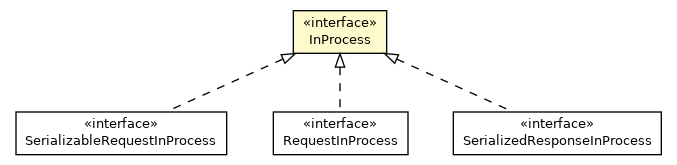
Before: latest/javadoc/apidocs/io/reinert/requestor/core/InProcess.png, a diagram exported from Graphviz (reinert/requestor). Its source is kept beside it as latest/javadoc/apidocs/io/reinert/requestor/core/InProcess.dot. Source of this version:
```dot

digraph G {
	edge [fontname="Helvetica",fontsize=10,labelfontname="Helvetica",labelfontsize=10];
	node [fontname="Helvetica",fontsize=10,shape=plaintext];
	nodesep=0.25;
	ranksep=0.5;
	c23495 [label=<<table title="io.reinert.requestor.core.InProcess" border="0" cellborder="1" cellspacing="0" cellpadding="2" port="p" bgcolor="lemonChiffon" href="./InProcess.html">
		<tr><td><table border="0" cellspacing="0" cellpadding="1">
<tr><td align="center" balign="center"> &#171;interface&#187; </td></tr>
<tr><td align="center" balign="center"> InProcess </td></tr>
		</table></td></tr>
		</table>>, URL="./InProcess.html", fontname="Helvetica", fontcolor="black", fontsize=10.0];
	c23537 [label=<<table title="io.reinert.requestor.core.SerializableRequestInProcess" border="0" cellborder="1" cellspacing="0" cellpadding="2" port="p" href="./SerializableRequestInProcess.html">
		<tr><td><table border="0" cellspacing="0" cellpadding="1">
<tr><td align="center" balign="center"> &#171;interface&#187; </td></tr>
<tr><td align="center" balign="center"> SerializableRequestInProcess </td></tr>
		</table></td></tr>
		</table>>, URL="./SerializableRequestInProcess.html", fontname="Helvetica", fontcolor="black", fontsize=10.0];
	c23553 [label=<<table title="io.reinert.requestor.core.RequestInProcess" border="0" cellborder="1" cellspacing="0" cellpadding="2" port="p" href="./RequestInProcess.html">
		<tr><td><table border="0" cellspacing="0" cellpadding="1">
<tr><td align="center" balign="center"> &#171;interface&#187; </td></tr>
<tr><td align="center" balign="center"> RequestInProcess </td></tr>
		</table></td></tr>
		</table>>, URL="./RequestInProcess.html", fontname="Helvetica", fontcolor="black", fontsize=10.0];
	c23593 [label=<<table title="io.reinert.requestor.core.SerializedResponseInProcess" border="0" cellborder="1" cellspacing="0" cellpadding="2" port="p" href="./SerializedResponseInProcess.html">
		<tr><td><table border="0" cellspacing="0" cellpadding="1">
<tr><td align="center" balign="center"> &#171;interface&#187; </td></tr>
<tr><td align="center" balign="center"> SerializedResponseInProcess </td></tr>
		</table></td></tr>
		</table>>, URL="./SerializedResponseInProcess.html", fontname="Helvetica", fontcolor="black", fontsize=10.0];
	c23495:p -> c23537:p [dir=back,arrowtail=empty,style=dashed];
	c23495:p -> c23553:p [dir=back,arrowtail=empty,style=dashed];
	c23495:p -> c23593:p [dir=back,arrowtail=empty,style=dashed];
}
```
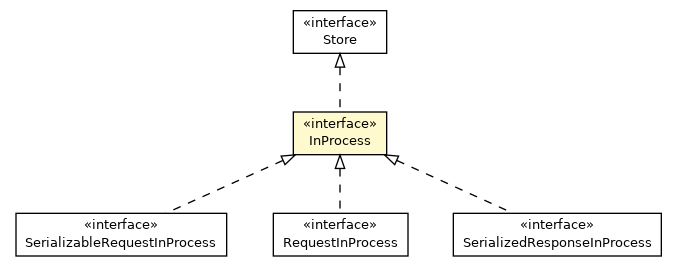
After the commit.

Change to the diagram source:
```diff
@@ -4,31 +4,38 @@
 	node [fontname="Helvetica",fontsize=10,shape=plaintext];
 	nodesep=0.25;
 	ranksep=0.5;
-	c23495 [label=<<table title="io.reinert.requestor.core.InProcess" border="0" cellborder="1" cellspacing="0" cellpadding="2" port="p" bgcolor="lemonChiffon" href="./InProcess.html">
+	c23398 [label=<<table title="io.reinert.requestor.core.InProcess" border="0" cellborder="1" cellspacing="0" cellpadding="2" port="p" bgcolor="lemonChiffon" href="./InProcess.html">
 		<tr><td><table border="0" cellspacing="0" cellpadding="1">
 <tr><td align="center" balign="center"> &#171;interface&#187; </td></tr>
 <tr><td align="center" balign="center"> InProcess </td></tr>
 		</table></td></tr>
 		</table>>, URL="./InProcess.html", fontname="Helvetica", fontcolor="black", fontsize=10.0];
-	c23537 [label=<<table title="io.reinert.requestor.core.SerializableRequestInProcess" border="0" cellborder="1" cellspacing="0" cellpadding="2" port="p" href="./SerializableRequestInProcess.html">
+	c23399 [label=<<table title="io.reinert.requestor.core.Store" border="0" cellborder="1" cellspacing="0" cellpadding="2" port="p" href="./Store.html">
+		<tr><td><table border="0" cellspacing="0" cellpadding="1">
+<tr><td align="center" balign="center"> &#171;interface&#187; </td></tr>
+<tr><td align="center" balign="center"> Store </td></tr>
+		</table></td></tr>
+		</table>>, URL="./Store.html", fontname="Helvetica", fontcolor="black", fontsize=10.0];
+	c23441 [label=<<table title="io.reinert.requestor.core.SerializableRequestInProcess" border="0" cellborder="1" cellspacing="0" cellpadding="2" port="p" href="./SerializableRequestInProcess.html">
 		<tr><td><table border="0" cellspacing="0" cellpadding="1">
 <tr><td align="center" balign="center"> &#171;interface&#187; </td></tr>
 <tr><td align="center" balign="center"> SerializableRequestInProcess </td></tr>
 		</table></td></tr>
 		</table>>, URL="./SerializableRequestInProcess.html", fontname="Helvetica", fontcolor="black", fontsize=10.0];
-	c23553 [label=<<table title="io.reinert.requestor.core.RequestInProcess" border="0" cellborder="1" cellspacing="0" cellpadding="2" port="p" href="./RequestInProcess.html">
+	c23456 [label=<<table title="io.reinert.requestor.core.RequestInProcess" border="0" cellborder="1" cellspacing="0" cellpadding="2" port="p" href="./RequestInProcess.html">
 		<tr><td><table border="0" cellspacing="0" cellpadding="1">
 <tr><td align="center" balign="center"> &#171;interface&#187; </td></tr>
 <tr><td align="center" balign="center"> RequestInProcess </td></tr>
 		</table></td></tr>
 		</table>>, URL="./RequestInProcess.html", fontname="Helvetica", fontcolor="black", fontsize=10.0];
-	c23593 [label=<<table title="io.reinert.requestor.core.SerializedResponseInProcess" border="0" cellborder="1" cellspacing="0" cellpadding="2" port="p" href="./SerializedResponseInProcess.html">
+	c23497 [label=<<table title="io.reinert.requestor.core.SerializedResponseInProcess" border="0" cellborder="1" cellspacing="0" cellpadding="2" port="p" href="./SerializedResponseInProcess.html">
 		<tr><td><table border="0" cellspacing="0" cellpadding="1">
 <tr><td align="center" balign="center"> &#171;interface&#187; </td></tr>
 <tr><td align="center" balign="center"> SerializedResponseInProcess </td></tr>
 		</table></td></tr>
 		</table>>, URL="./SerializedResponseInProcess.html", fontname="Helvetica", fontcolor="black", fontsize=10.0];
-	c23495:p -> c23537:p [dir=back,arrowtail=empty,style=dashed];
-	c23495:p -> c23553:p [dir=back,arrowtail=empty,style=dashed];
-	c23495:p -> c23593:p [dir=back,arrowtail=empty,style=dashed];
+	c23399:p -> c23398:p [dir=back,arrowtail=empty,style=dashed];
+	c23398:p -> c23441:p [dir=back,arrowtail=empty,style=dashed];
+	c23398:p -> c23456:p [dir=back,arrowtail=empty,style=dashed];
+	c23398:p -> c23497:p [dir=back,arrowtail=empty,style=dashed];
 }
```
